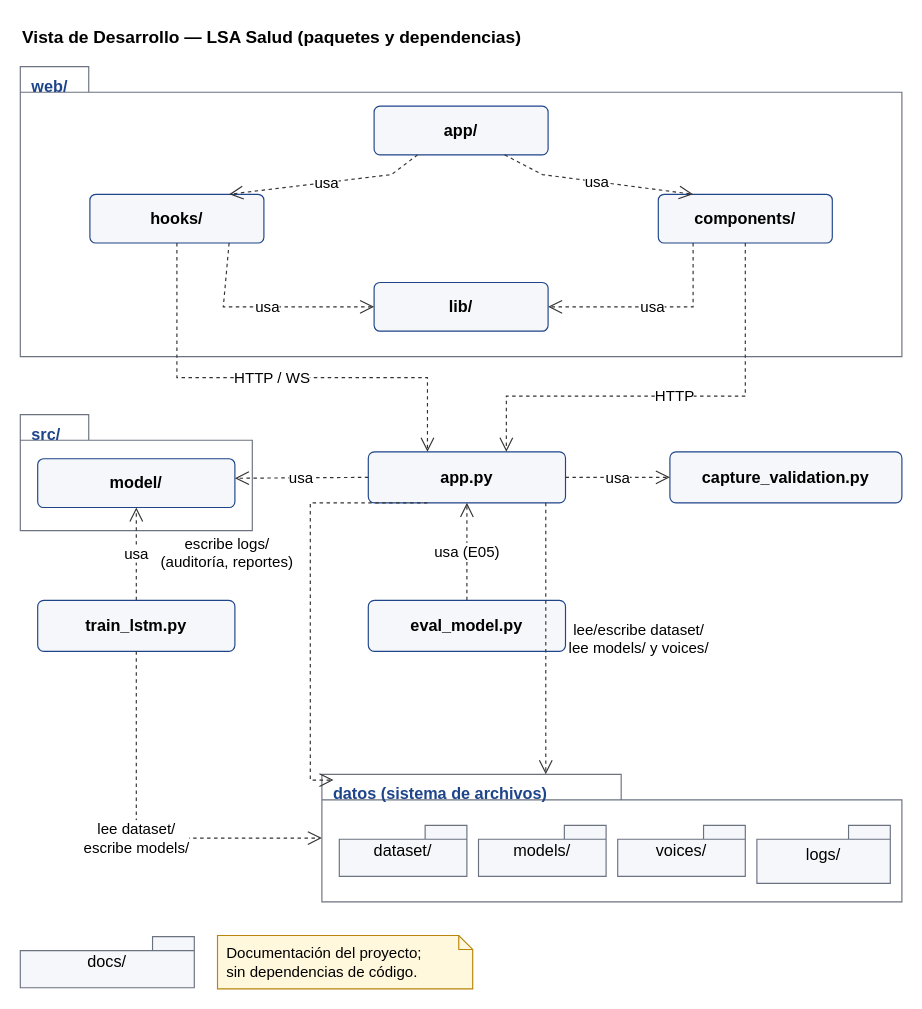
The draw.io diagram docs/diagramas/arquitectura/06_vista_desarrollo.drawio in santinohamada/Nexora, before the edit. Source tidied: cells renumbered, new cells numbered last; positions are measured from the earlier drawing's top-left corner, leaving out a move shared by most shapes. Both pictures are drawn from the tidied source at 116%, with x=0, y=0 at pixel (20, 20).
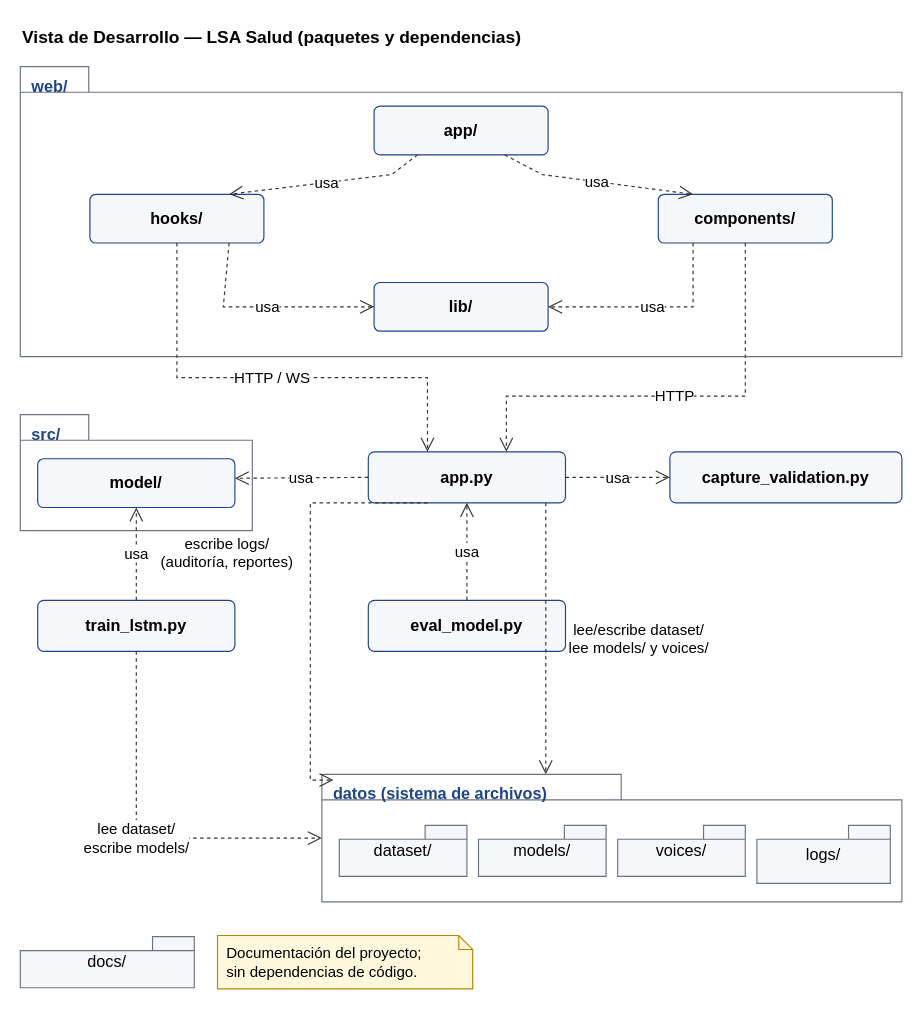
The same page after the edit.

Diff of the diagram source:
```diff
@@
-    <mxCell id="30" value="usa (E05)" style="endArrow=open;endSize=10;dashed=1;html=1;strokeColor=#333333;fontSize=13;fontFamily=Helvetica;labelBackgroundColor=#FFFFFF;rounded=0;" parent="1" edge="1">
+    <mxCell id="30" value="usa" style="endArrow=open;endSize=10;dashed=1;html=1;strokeColor=#333333;fontSize=13;fontFamily=Helvetica;labelBackgroundColor=#FFFFFF;rounded=0;" parent="1" edge="1">
       <mxGeometry relative="1" as="geometry">
         <mxPoint x="385" y="500" as="sourcePoint" />
         <mxPoint x="385" y="416" as="targetPoint" />
       </mxGeometry>
     </mxCell>
```
